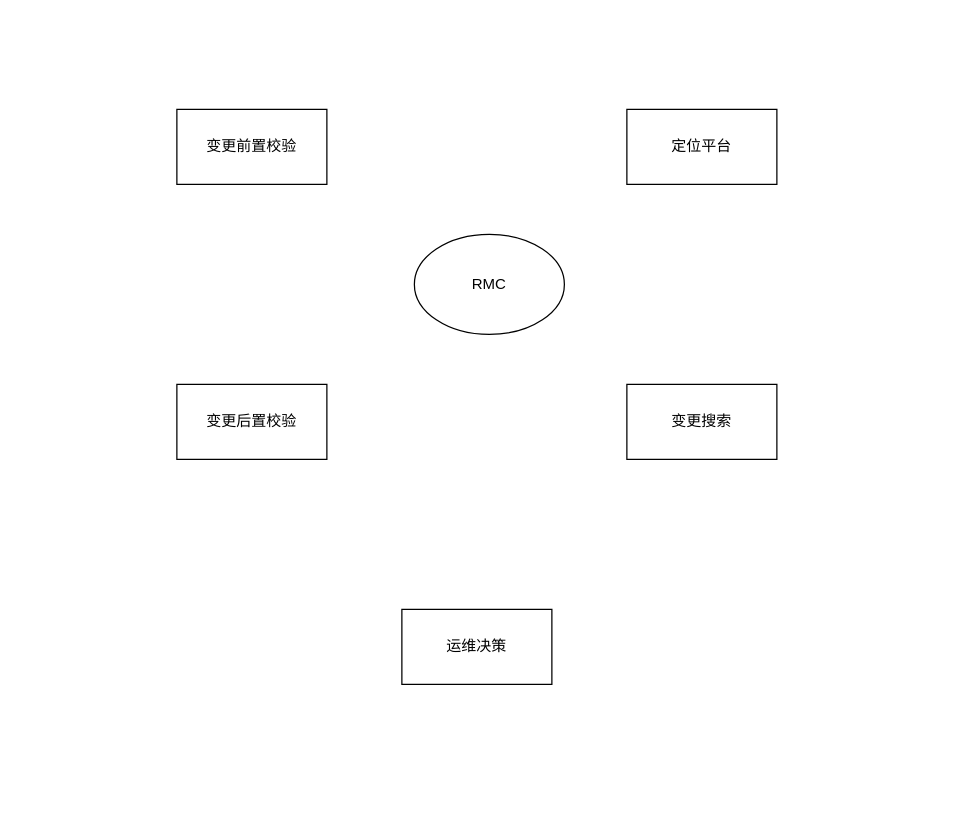
frankneu/draw.io keeps this draw.io diagram as rmc业务.drawio. Above is the earlier version. Source tidied: cells renumbered, new cells numbered last; positions are measured from the earlier drawing's top-left corner, leaving out a move shared by most shapes. Both pictures are drawn from the tidied source at 125%, with x=0, y=0 at pixel (176, 109).
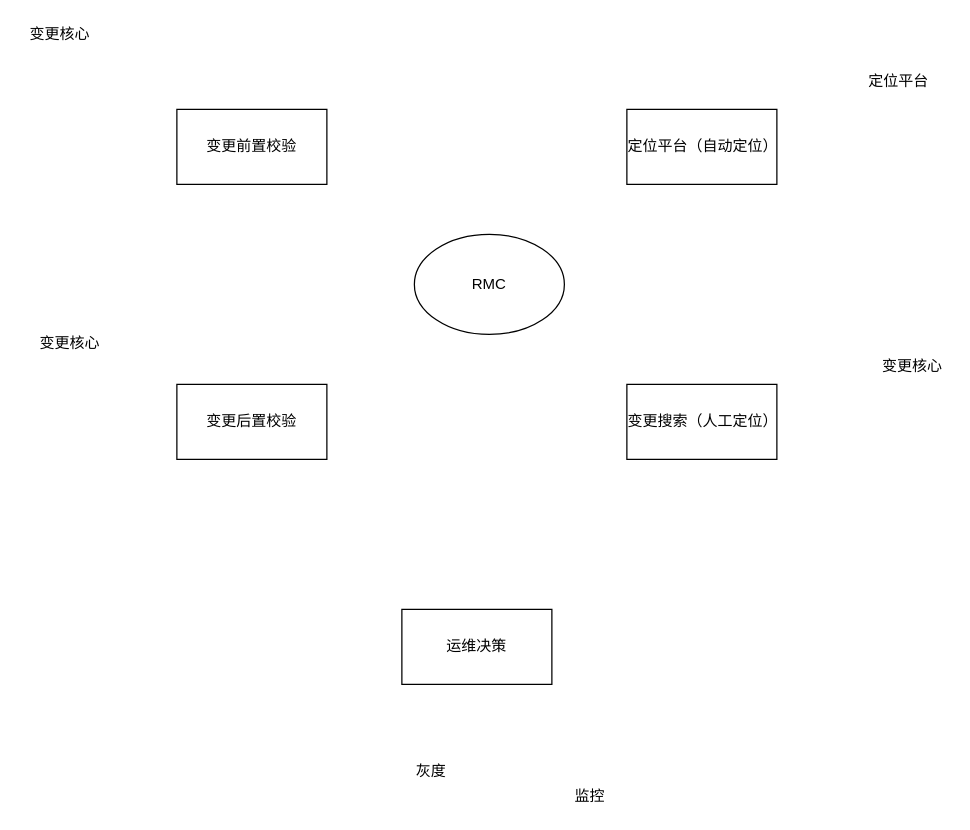
The same diagram, later.

The edit, as a diff of the source:
```diff
@@
 <mxGraphModel>
   <root>
     <mxCell id="0" />
     <mxCell id="1" parent="0" />
     <mxCell id="2" value="变更前置校验" style="rounded=0;whiteSpace=wrap;html=1;" parent="1" vertex="1">
       <mxGeometry width="120" height="60" as="geometry" />
     </mxCell>
     <mxCell id="3" value="变更后置校验" style="rounded=0;whiteSpace=wrap;html=1;" parent="1" vertex="1">
       <mxGeometry y="220" width="120" height="60" as="geometry" />
     </mxCell>
-    <mxCell id="4" value="变更搜索" style="rounded=0;whiteSpace=wrap;html=1;" parent="1" vertex="1">
+    <mxCell id="4" value="变更搜索（人工定位）" style="rounded=0;whiteSpace=wrap;html=1;" parent="1" vertex="1">
       <mxGeometry x="360" y="220" width="120" height="60" as="geometry" />
     </mxCell>
-    <mxCell id="5" value="定位平台" style="rounded=0;whiteSpace=wrap;html=1;" parent="1" vertex="1">
+    <mxCell id="5" value="定位平台（自动定位）" style="rounded=0;whiteSpace=wrap;html=1;" parent="1" vertex="1">
       <mxGeometry x="360" width="120" height="60" as="geometry" />
     </mxCell>
     <mxCell id="6" value="运维决策" style="rounded=0;whiteSpace=wrap;html=1;" parent="1" vertex="1">
       <mxGeometry x="180" y="400" width="120" height="60" as="geometry" />
     </mxCell>
     <mxCell id="7" value="RMC" style="ellipse;whiteSpace=wrap;html=1;" parent="1" vertex="1">
       <mxGeometry x="190" y="100" width="120" height="80" as="geometry" />
     </mxCell>
+    <mxCell id="8" value="变更核心" style="text;html=1;align=center;verticalAlign=middle;" parent="1" vertex="1">
+      <mxGeometry x="-124" y="-70" width="60" height="20" as="geometry" />
+    </mxCell>
+    <mxCell id="9" value="变更核心" style="text;html=1;align=center;verticalAlign=middle;" parent="1" vertex="1">
+      <mxGeometry x="-116" y="177" width="60" height="20" as="geometry" />
+    </mxCell>
+    <mxCell id="10" value="灰度" style="text;html=1;align=center;verticalAlign=middle;" parent="1" vertex="1">
+      <mxGeometry x="183" y="520" width="40" height="20" as="geometry" />
+    </mxCell>
+    <mxCell id="11" value="监控" style="text;html=1;align=center;verticalAlign=middle;" parent="1" vertex="1">
+      <mxGeometry x="310" y="540" width="40" height="20" as="geometry" />
+    </mxCell>
+    <mxCell id="12" value="变更核心" style="text;html=1;align=center;verticalAlign=middle;" parent="1" vertex="1">
+      <mxGeometry x="558" y="196" width="60" height="20" as="geometry" />
+    </mxCell>
+    <mxCell id="13" value="定位平台" style="text;html=1;align=center;verticalAlign=middle;" parent="1" vertex="1">
+      <mxGeometry x="547" y="-32" width="60" height="20" as="geometry" />
+    </mxCell>
   </root>
 </mxGraphModel>
```
